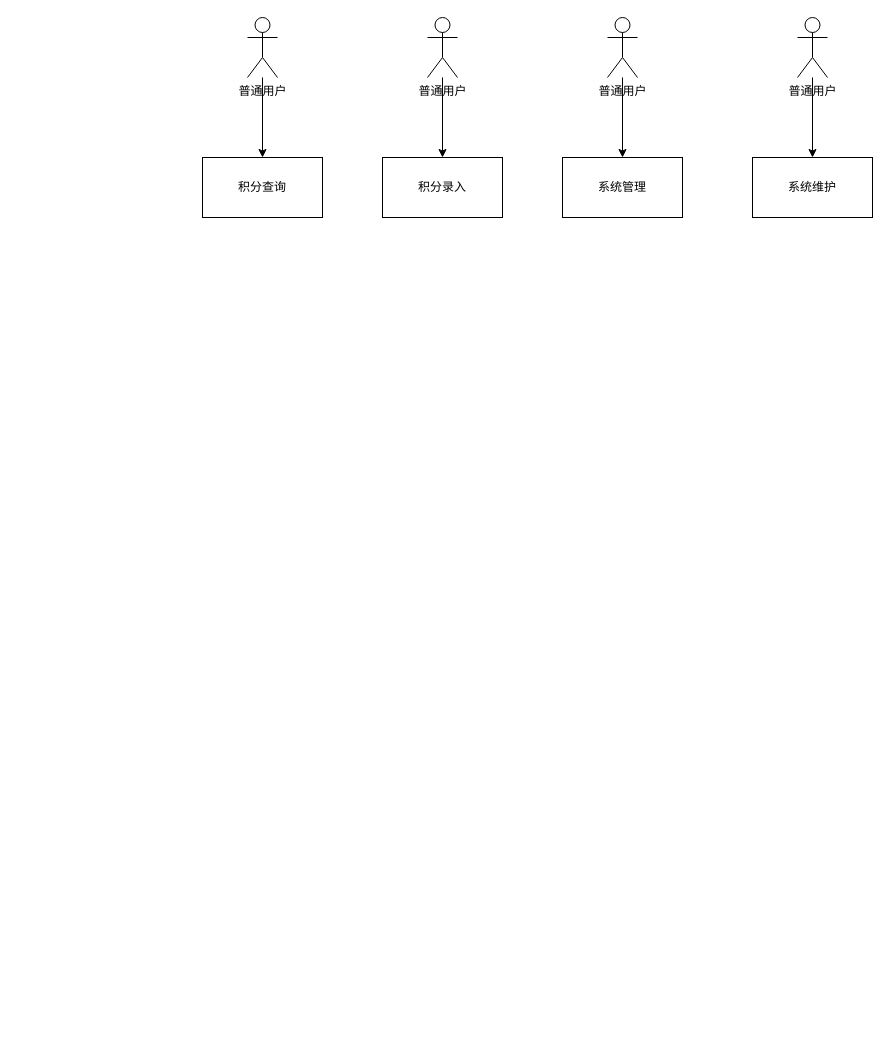
Earlier version of the draw.io diagram scanQRcode/party-score.drawio (LuoYiHao/echarts). Source tidied: cells renumbered, new cells numbered last; positions are measured from the earlier drawing's top-left corner, leaving out a move shared by most shapes. Both pictures are drawn from the tidied source at 100%, with x=0, y=0 at pixel (202, 17).
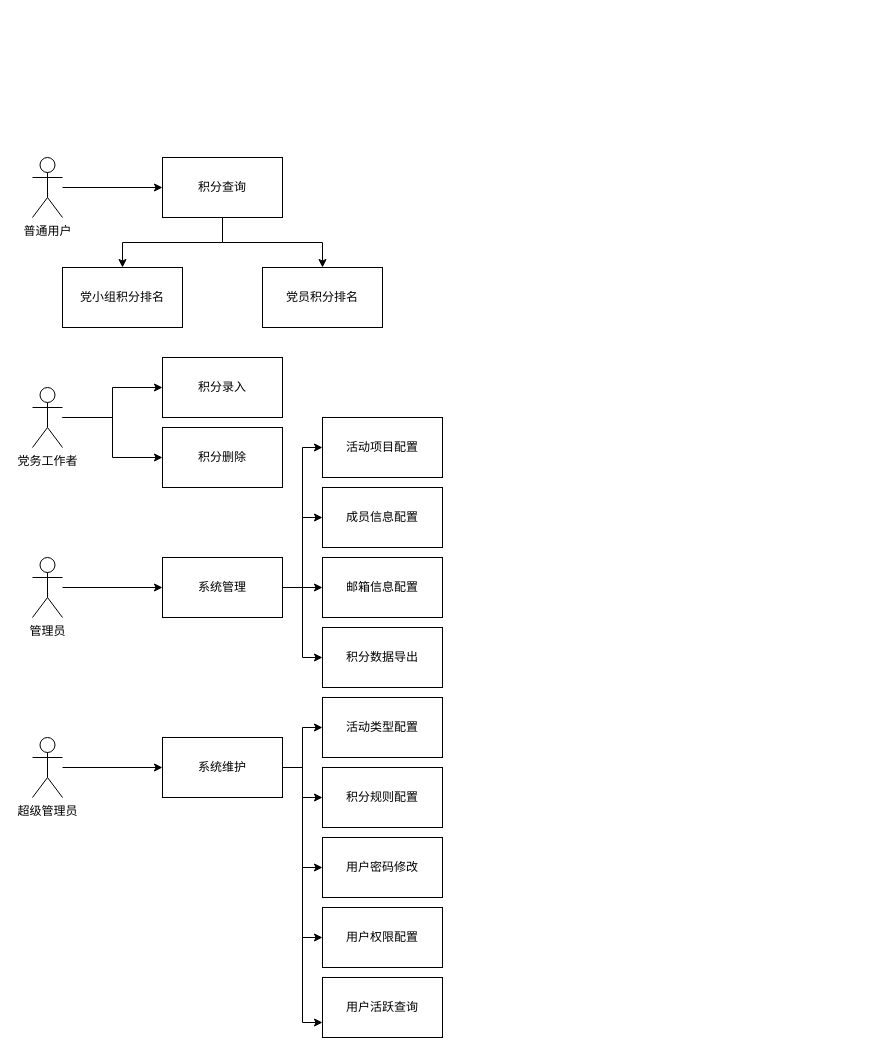
The same diagram, later.

What changed in the source:
```diff
@@
+    <mxCell id="14" style="edgeStyle=orthogonalEdgeStyle;rounded=0;jettySize=auto;html=1;" parent="1" edge="1" source="2" target="26">
+      <mxGeometry relative="1" as="geometry" />
+    </mxCell>
+    <mxCell id="15" style="edgeStyle=orthogonalEdgeStyle;rounded=0;jettySize=auto;html=1;exitX=0.5;exitY=1;exitDx=0;exitDy=0;" parent="1" edge="1" source="2" target="27">
+      <mxGeometry relative="1" as="geometry" />
+    </mxCell>
     <mxCell id="2" value="积分查询" style="rounded=0;whiteSpace=wrap;html=1;" parent="1" vertex="1">
-      <mxGeometry y="140" width="120" height="60" as="geometry" />
+      <mxGeometry x="-40" y="140" width="120" height="60" as="geometry" />
     </mxCell>
     <mxCell id="3" value="积分录入" style="rounded=0;whiteSpace=wrap;html=1;" parent="1" vertex="1">
-      <mxGeometry x="180" y="140" width="120" height="60" as="geometry" />
+      <mxGeometry x="-40" y="340" width="120" height="60" as="geometry" />
     </mxCell>
+    <mxCell id="16" style="edgeStyle=orthogonalEdgeStyle;rounded=0;jettySize=auto;html=1;entryX=0;entryY=0.5;entryDx=0;entryDy=0;" parent="1" edge="1" source="4" target="28">
+      <mxGeometry relative="1" as="geometry" />
+    </mxCell>
+    <mxCell id="17" style="edgeStyle=orthogonalEdgeStyle;rounded=0;jettySize=auto;html=1;entryX=0;entryY=0.5;entryDx=0;entryDy=0;" parent="1" edge="1" source="4" target="29">
+      <mxGeometry relative="1" as="geometry" />
+    </mxCell>
+    <mxCell id="18" style="edgeStyle=orthogonalEdgeStyle;rounded=0;jettySize=auto;html=1;exitX=1;exitY=0.5;exitDx=0;exitDy=0;entryX=0;entryY=0.5;entryDx=0;entryDy=0;" parent="1" edge="1" source="4" target="30">
+      <mxGeometry relative="1" as="geometry" />
+    </mxCell>
+    <mxCell id="19" style="edgeStyle=orthogonalEdgeStyle;rounded=0;jettySize=auto;html=1;exitX=1;exitY=0.5;exitDx=0;exitDy=0;entryX=0;entryY=0.5;entryDx=0;entryDy=0;" parent="1" edge="1" source="4" target="31">
+      <mxGeometry relative="1" as="geometry" />
+    </mxCell>
     <mxCell id="4" value="系统管理" style="rounded=0;whiteSpace=wrap;html=1;" parent="1" vertex="1">
-      <mxGeometry x="360" y="140" width="120" height="60" as="geometry" />
+      <mxGeometry x="-40" y="540" width="120" height="60" as="geometry" />
     </mxCell>
+    <mxCell id="20" style="edgeStyle=orthogonalEdgeStyle;rounded=0;jettySize=auto;html=1;exitX=1;exitY=0.5;exitDx=0;exitDy=0;" parent="1" edge="1" source="5" target="33">
+      <mxGeometry relative="1" as="geometry" />
+    </mxCell>
+    <mxCell id="21" style="edgeStyle=orthogonalEdgeStyle;rounded=0;jettySize=auto;html=1;exitX=1;exitY=0.5;exitDx=0;exitDy=0;" parent="1" edge="1" source="5" target="34">
+      <mxGeometry relative="1" as="geometry" />
+    </mxCell>
+    <mxCell id="22" style="edgeStyle=orthogonalEdgeStyle;rounded=0;jettySize=auto;html=1;exitX=1;exitY=0.5;exitDx=0;exitDy=0;entryX=0;entryY=0.5;entryDx=0;entryDy=0;" parent="1" edge="1" source="5" target="35">
+      <mxGeometry relative="1" as="geometry" />
+    </mxCell>
+    <mxCell id="23" style="edgeStyle=orthogonalEdgeStyle;rounded=0;jettySize=auto;html=1;exitX=1;exitY=0.5;exitDx=0;exitDy=0;entryX=0;entryY=0.5;entryDx=0;entryDy=0;" parent="1" edge="1" source="5" target="36">
+      <mxGeometry relative="1" as="geometry" />
+    </mxCell>
+    <mxCell id="24" style="edgeStyle=orthogonalEdgeStyle;rounded=0;jettySize=auto;html=1;exitX=1;exitY=0.5;exitDx=0;exitDy=0;entryX=0;entryY=0.75;entryDx=0;entryDy=0;" parent="1" edge="1" source="5" target="37">
+      <mxGeometry relative="1" as="geometry" />
+    </mxCell>
     <mxCell id="5" value="系统维护" style="rounded=0;whiteSpace=wrap;html=1;" parent="1" vertex="1">
-      <mxGeometry x="550" y="140" width="120" height="60" as="geometry" />
+      <mxGeometry x="-40" y="720" width="120" height="60" as="geometry" />
     </mxCell>
@@
     <mxCell id="7" value="普通用户" style="shape=umlActor;verticalLabelPosition=bottom;verticalAlign=top;html=1;outlineConnect=0;" parent="1" vertex="1">
-      <mxGeometry x="45" width="30" height="60" as="geometry" />
+      <mxGeometry x="-170" y="140" width="30" height="60" as="geometry" />
     </mxCell>
@@
+    <mxCell id="25" style="edgeStyle=orthogonalEdgeStyle;rounded=0;jettySize=auto;html=1;entryX=0;entryY=0.5;entryDx=0;entryDy=0;" parent="1" edge="1" source="9" target="32">
+      <mxGeometry relative="1" as="geometry" />
+    </mxCell>
-    <mxCell id="9" value="普通用户" style="shape=umlActor;verticalLabelPosition=bottom;verticalAlign=top;html=1;outlineConnect=0;" parent="1" vertex="1">
-      <mxGeometry x="225" width="30" height="60" as="geometry" />
+    <mxCell id="9" value="党务工作者" style="shape=umlActor;verticalLabelPosition=bottom;verticalAlign=top;html=1;outlineConnect=0;" parent="1" vertex="1">
+      <mxGeometry x="-170" y="370" width="30" height="60" as="geometry" />
     </mxCell>
@@
-    <mxCell id="11" value="普通用户" style="shape=umlActor;verticalLabelPosition=bottom;verticalAlign=top;html=1;outlineConnect=0;" parent="1" vertex="1">
-      <mxGeometry x="405" width="30" height="60" as="geometry" />
+    <mxCell id="11" value="管理员" style="shape=umlActor;verticalLabelPosition=bottom;verticalAlign=top;html=1;outlineConnect=0;" parent="1" vertex="1">
+      <mxGeometry x="-170" y="540" width="30" height="60" as="geometry" />
     </mxCell>
@@
-    <mxCell id="13" value="普通用户" style="shape=umlActor;verticalLabelPosition=bottom;verticalAlign=top;html=1;outlineConnect=0;" parent="1" vertex="1">
-      <mxGeometry x="595" width="30" height="60" as="geometry" />
+    <mxCell id="13" value="超级管理员" style="shape=umlActor;verticalLabelPosition=bottom;verticalAlign=top;html=1;outlineConnect=0;" parent="1" vertex="1">
+      <mxGeometry x="-170" y="720" width="30" height="60" as="geometry" />
     </mxCell>
+    <mxCell id="26" value="党小组积分排名" style="rounded=0;whiteSpace=wrap;html=1;" parent="1" vertex="1">
+      <mxGeometry x="-140" y="250" width="120" height="60" as="geometry" />
+    </mxCell>
+    <mxCell id="27" value="党员积分排名" style="rounded=0;whiteSpace=wrap;html=1;" parent="1" vertex="1">
+      <mxGeometry x="60" y="250" width="120" height="60" as="geometry" />
+    </mxCell>
+    <mxCell id="28" value="成员信息配置" style="rounded=0;whiteSpace=wrap;html=1;" parent="1" vertex="1">
+      <mxGeometry x="120" y="470" width="120" height="60" as="geometry" />
+    </mxCell>
+    <mxCell id="29" value="邮箱信息配置" style="rounded=0;whiteSpace=wrap;html=1;" parent="1" vertex="1">
+      <mxGeometry x="120" y="540" width="120" height="60" as="geometry" />
+    </mxCell>
+    <mxCell id="30" value="积分数据导出" style="rounded=0;whiteSpace=wrap;html=1;" parent="1" vertex="1">
+      <mxGeometry x="120" y="610" width="120" height="60" as="geometry" />
+    </mxCell>
+    <mxCell id="31" value="活动项目配置" style="rounded=0;whiteSpace=wrap;html=1;" parent="1" vertex="1">
+      <mxGeometry x="120" y="400" width="120" height="60" as="geometry" />
+    </mxCell>
+    <mxCell id="32" value="积分删除" style="rounded=0;whiteSpace=wrap;html=1;" parent="1" vertex="1">
+      <mxGeometry x="-40" y="410" width="120" height="60" as="geometry" />
+    </mxCell>
+    <mxCell id="33" value="活动类型配置" style="rounded=0;whiteSpace=wrap;html=1;" parent="1" vertex="1">
+      <mxGeometry x="120" y="680" width="120" height="60" as="geometry" />
+    </mxCell>
+    <mxCell id="34" value="积分规则配置" style="rounded=0;whiteSpace=wrap;html=1;" parent="1" vertex="1">
+      <mxGeometry x="120" y="750" width="120" height="60" as="geometry" />
+    </mxCell>
+    <mxCell id="35" value="用户密码修改" style="rounded=0;whiteSpace=wrap;html=1;" parent="1" vertex="1">
+      <mxGeometry x="120" y="820" width="120" height="60" as="geometry" />
+    </mxCell>
+    <mxCell id="36" value="用户权限配置" style="rounded=0;whiteSpace=wrap;html=1;" parent="1" vertex="1">
+      <mxGeometry x="120" y="890" width="120" height="60" as="geometry" />
+    </mxCell>
+    <mxCell id="37" value="用户活跃查询" style="rounded=0;whiteSpace=wrap;html=1;" parent="1" vertex="1">
+      <mxGeometry x="120" y="960" width="120" height="60" as="geometry" />
+    </mxCell>
```
